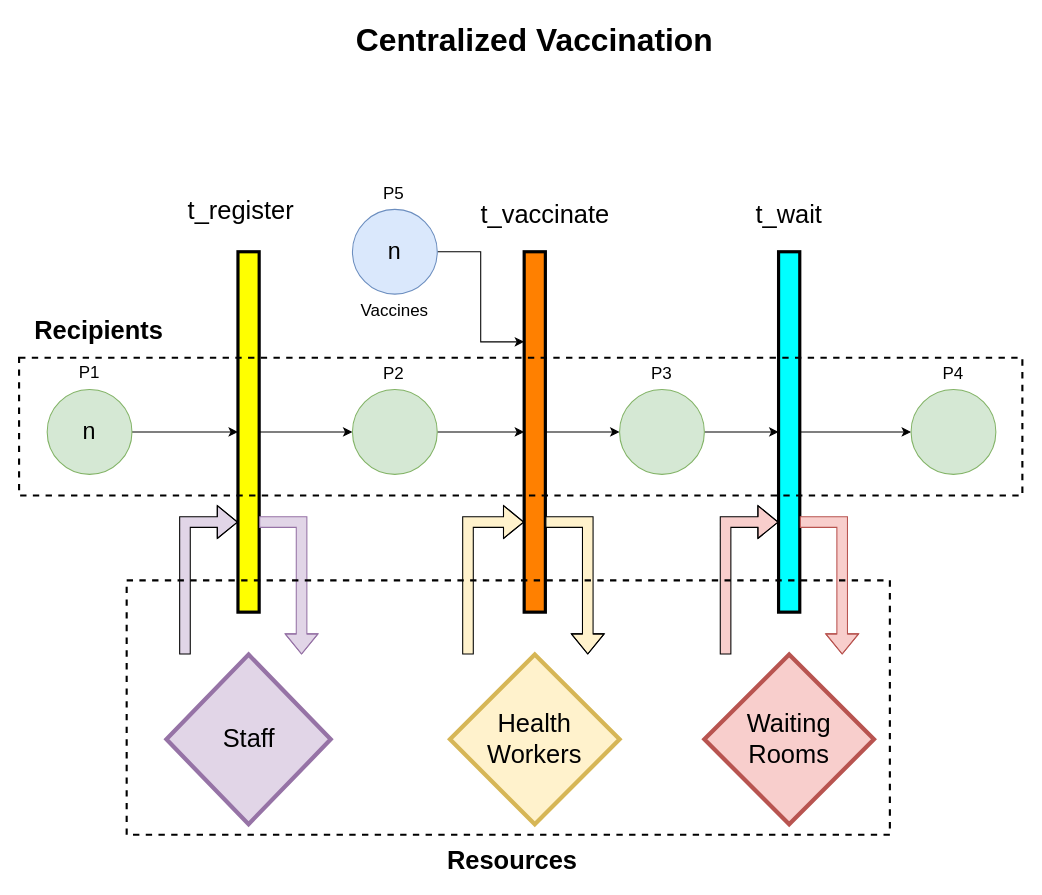
Above: Centralized Vaccination/Plots/Petri Net for centralized Vaccination.drawio in MohammedGuniem/Simulation-of-Mobile-Versus-Centralized-Vaccination-Programs-using-GenSIM (draw.io), before the change. Source tidied: cells renumbered, new cells numbered last; positions are measured from the earlier drawing's top-left corner, leaving out a move shared by most shapes. Both pictures are drawn from the tidied source at 106%, with x=0, y=0 at pixel (19, 18).
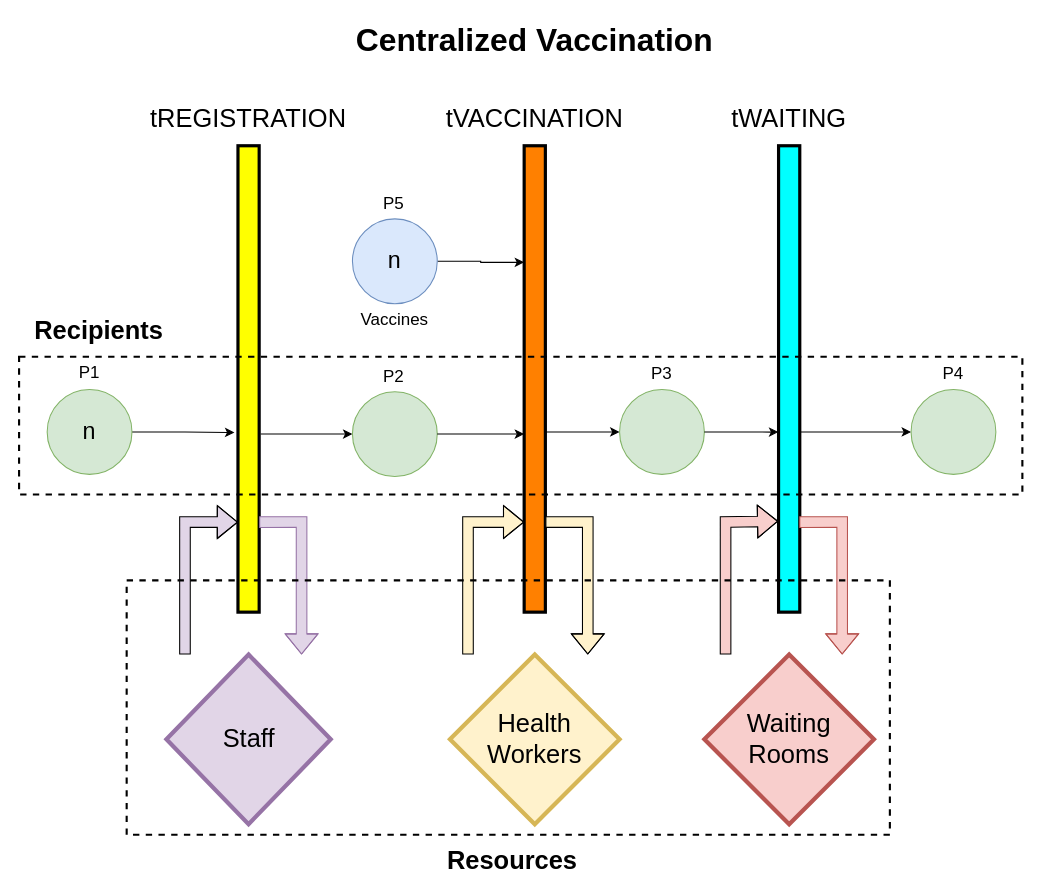
Above is the later version.

The change refers to these unchanged cells:
```xml
<mxCell id="3" value="n" style="ellipse;whiteSpace=wrap;html=1;fontSize=22;fillColor=#d5e8d4;strokeColor=#82b366;" parent="1" vertex="1">
  <mxGeometry x="26" y="350" width="80" height="80" as="geometry" />
</mxCell>
<mxCell id="13" style="ellipse;whiteSpace=wrap;html=1;fillColor=#d5e8d4;strokeColor=#82b366;" parent="1" vertex="1">
  <mxGeometry x="566" y="350" width="80" height="80" as="geometry" />
</mxCell>
<mxCell id="25" style="ellipse;whiteSpace=wrap;html=1;fillColor=#d5e8d4;strokeColor=#82b366;" parent="1" vertex="1">
  <mxGeometry x="841" y="350" width="80" height="80" as="geometry" />
</mxCell>
```

What changed in the source:
```diff
@@
-    <mxCell id="2" style="edgeStyle=orthogonalEdgeStyle;rounded=0;jettySize=auto;html=1;entryX=0;entryY=0.5;entryDx=0;entryDy=0;" parent="1" edge="1" source="3" target="5">
+    <mxCell id="2" style="edgeStyle=orthogonalEdgeStyle;rounded=0;jettySize=auto;html=1;entryX=-0.167;entryY=0.615;entryDx=0;entryDy=0;entryPerimeter=0;" parent="1" edge="1" source="3" target="5">
       <mxGeometry relative="1" as="geometry" />
     </mxCell>
@@
-    <mxCell id="4" style="edgeStyle=orthogonalEdgeStyle;rounded=0;jettySize=auto;html=1;entryX=0;entryY=0.5;entryDx=0;entryDy=0;exitX=1;exitY=0.5;exitDx=0;exitDy=0;" parent="1" edge="1" source="5" target="9">
+    <mxCell id="4" style="edgeStyle=orthogonalEdgeStyle;rounded=0;jettySize=auto;html=1;entryX=0;entryY=0.5;entryDx=0;entryDy=0;exitX=1.067;exitY=0.618;exitDx=0;exitDy=0;exitPerimeter=0;" parent="1" edge="1" source="5" target="9">
       <mxGeometry relative="1" as="geometry" />
     </mxCell>
     <mxCell id="5" style="rounded=0;whiteSpace=wrap;html=1;fillColor=#FFFF00;strokeColor=#000000;labelBorderColor=none;strokeWidth=3;" parent="1" vertex="1">
-      <mxGeometry x="206" y="220" width="20" height="340" as="geometry" />
+      <mxGeometry x="206" y="120" width="20" height="440" as="geometry" />
     </mxCell>
     <mxCell id="6" style="edgeStyle=orthogonalEdgeStyle;rounded=0;jettySize=auto;html=1;entryX=0;entryY=0.5;entryDx=0;entryDy=0;" parent="1" edge="1" source="7" target="13">
-      <mxGeometry relative="1" as="geometry" />
+      <mxGeometry relative="1" as="geometry">
+        <Array as="points">
+          <mxPoint x="506" y="390" />
+          <mxPoint x="506" y="390" />
+        </Array>
+      </mxGeometry>
     </mxCell>
     <mxCell id="7" style="rounded=0;whiteSpace=wrap;html=1;fillColor=#FF8000;strokeColor=#000000;strokeWidth=3;" parent="1" vertex="1">
-      <mxGeometry x="476" y="220" width="20" height="340" as="geometry" />
+      <mxGeometry x="476" y="120" width="20" height="440" as="geometry" />
     </mxCell>
-    <mxCell id="8" style="edgeStyle=orthogonalEdgeStyle;rounded=0;jettySize=auto;html=1;exitX=1;exitY=0.5;exitDx=0;exitDy=0;entryX=0;entryY=0.5;entryDx=0;entryDy=0;" parent="1" edge="1" source="9" target="7">
-      <mxGeometry relative="1" as="geometry" />
-    </mxCell>
     <mxCell id="9" style="ellipse;whiteSpace=wrap;html=1;fontSize=22;fillColor=#d5e8d4;strokeColor=#82b366;" parent="1" vertex="1">
-      <mxGeometry x="314" y="350" width="80" height="80" as="geometry" />
+      <mxGeometry x="314" y="352" width="80" height="80" as="geometry" />
     </mxCell>
@@
     <mxCell id="11" value="&lt;font style=&quot;font-size: 22px&quot;&gt;n&lt;/font&gt;" style="ellipse;whiteSpace=wrap;html=1;fillColor=#dae8fc;strokeColor=#6c8ebf;" parent="1" vertex="1">
-      <mxGeometry x="314" y="180" width="80" height="80" as="geometry" />
+      <mxGeometry x="314" y="189" width="80" height="80" as="geometry" />
     </mxCell>
-    <mxCell id="12" style="edgeStyle=orthogonalEdgeStyle;rounded=0;jettySize=auto;html=1;entryX=0;entryY=0.5;entryDx=0;entryDy=0;" parent="1" edge="1" source="13" target="15">
-      <mxGeometry relative="1" as="geometry" />
-    </mxCell>
@@
-    <mxCell id="14" style="edgeStyle=orthogonalEdgeStyle;rounded=0;jettySize=auto;html=1;exitX=1;exitY=0.5;exitDx=0;exitDy=0;entryX=0;entryY=0.5;entryDx=0;entryDy=0;fontSize=22;" parent="1" edge="1" source="15" target="25">
-      <mxGeometry relative="1" as="geometry" />
+    <mxCell id="14" style="edgeStyle=orthogonalEdgeStyle;rounded=0;jettySize=auto;html=1;entryX=0;entryY=0.5;entryDx=0;entryDy=0;fontSize=22;" parent="1" edge="1" source="15" target="25">
+      <mxGeometry relative="1" as="geometry">
+        <Array as="points">
+          <mxPoint x="776" y="390" />
+          <mxPoint x="776" y="390" />
+        </Array>
+      </mxGeometry>
     </mxCell>
     <mxCell id="15" style="rounded=0;whiteSpace=wrap;html=1;fillColor=#00FFFF;strokeColor=#000000;strokeWidth=3;" parent="1" vertex="1">
-      <mxGeometry x="716" y="220" width="20" height="340" as="geometry" />
+      <mxGeometry x="716" y="120" width="20" height="440" as="geometry" />
     </mxCell>
     <mxCell id="16" value="Vaccines" style="text;html=1;strokeColor=none;fillColor=none;align=center;verticalAlign=middle;whiteSpace=wrap;rounded=0;fontSize=16;" parent="1" vertex="1">
-      <mxGeometry x="294" y="260" width="120" height="30" as="geometry" />
+      <mxGeometry x="294" y="269" width="120" height="30" as="geometry" />
     </mxCell>
@@
     <mxCell id="18" value="P2" style="text;html=1;strokeColor=none;fillColor=none;align=center;verticalAlign=middle;whiteSpace=wrap;rounded=0;labelBorderColor=none;fontSize=16;" parent="1" vertex="1">
-      <mxGeometry x="338" y="320" width="30" height="30" as="geometry" />
+      <mxGeometry x="338" y="322" width="30" height="30" as="geometry" />
     </mxCell>
     <mxCell id="19" value="P5" style="text;html=1;strokeColor=none;fillColor=none;align=center;verticalAlign=middle;whiteSpace=wrap;rounded=0;labelBorderColor=none;fontSize=16;" parent="1" vertex="1">
-      <mxGeometry x="338" y="150" width="30" height="30" as="geometry" />
+      <mxGeometry x="338" y="159" width="30" height="30" as="geometry" />
     </mxCell>
@@
-    <mxCell id="21" value="t_register" style="text;html=1;strokeColor=none;fillColor=none;align=center;verticalAlign=middle;whiteSpace=wrap;rounded=0;labelBorderColor=none;fontSize=24;" parent="1" vertex="1">
-      <mxGeometry x="134" y="167" width="150" height="30" as="geometry" />
+    <mxCell id="21" value="tREGISTRATION" style="text;html=1;strokeColor=none;fillColor=none;align=center;verticalAlign=middle;whiteSpace=wrap;rounded=0;labelBorderColor=none;fontSize=24;" parent="1" vertex="1">
+      <mxGeometry x="107" y="80" width="218" height="30" as="geometry" />
     </mxCell>
-    <mxCell id="22" value="t_vaccinate" style="text;html=1;strokeColor=none;fillColor=none;align=center;verticalAlign=middle;whiteSpace=wrap;rounded=0;labelBorderColor=none;fontSize=24;" parent="1" vertex="1">
-      <mxGeometry x="426" y="170" width="140" height="30" as="geometry" />
+    <mxCell id="22" value="tVACCINATION" style="text;html=1;strokeColor=none;fillColor=none;align=center;verticalAlign=middle;whiteSpace=wrap;rounded=0;labelBorderColor=none;fontSize=24;" parent="1" vertex="1">
+      <mxGeometry x="386" y="80" width="200" height="30" as="geometry" />
     </mxCell>
-    <mxCell id="23" value="t_wait" style="text;html=1;strokeColor=none;fillColor=none;align=center;verticalAlign=middle;whiteSpace=wrap;rounded=0;labelBorderColor=none;fontSize=24;" parent="1" vertex="1">
-      <mxGeometry x="696" y="170" width="60" height="30" as="geometry" />
+    <mxCell id="23" value="tWAITING" style="text;html=1;strokeColor=none;fillColor=none;align=center;verticalAlign=middle;whiteSpace=wrap;rounded=0;labelBorderColor=none;fontSize=24;" parent="1" vertex="1">
+      <mxGeometry x="661" y="80" width="130" height="30" as="geometry" />
     </mxCell>
@@
-    <mxCell id="27" style="shape=flexArrow;endArrow=classic;html=1;rounded=0;strokeWidth=1;entryX=0;entryY=0.75;entryDx=0;entryDy=0;fillColor=#E1D5E7;strokeColor=#000000;" parent="1" edge="1" target="5">
+    <mxCell id="27" style="shape=flexArrow;endArrow=classic;html=1;rounded=0;strokeWidth=1;entryX=0;entryY=0.807;entryDx=0;entryDy=0;fillColor=#E1D5E7;strokeColor=#000000;entryPerimeter=0;" parent="1" edge="1" target="5">
       <mxGeometry relative="1" as="geometry">
         <mxPoint x="156" y="600" as="sourcePoint" />
         <Array as="points">
           <mxPoint x="156" y="475" />
         </Array>
       </mxGeometry>
     </mxCell>
-    <mxCell id="28" style="shape=flexArrow;endArrow=classic;html=1;rounded=0;strokeWidth=1;entryX=0;entryY=0.75;entryDx=0;entryDy=0;fillColor=#f8cecc;strokeColor=#000000;" parent="1" edge="1" target="15">
+    <mxCell id="28" style="shape=flexArrow;endArrow=classic;html=1;rounded=0;strokeWidth=1;entryX=-0.017;entryY=0.805;entryDx=0;entryDy=0;fillColor=#f8cecc;strokeColor=#000000;entryPerimeter=0;" parent="1" edge="1" target="15">
       <mxGeometry relative="1" as="geometry">
         <mxPoint x="666" y="600" as="sourcePoint" />
         <Array as="points">
           <mxPoint x="666" y="475" />
         </Array>
       </mxGeometry>
     </mxCell>
-    <mxCell id="29" style="shape=flexArrow;endArrow=classic;html=1;rounded=0;strokeWidth=1;entryX=0;entryY=0.75;entryDx=0;entryDy=0;fillColor=#FFF2CC;strokeColor=#000000;" parent="1" edge="1" target="7">
+    <mxCell id="29" style="shape=flexArrow;endArrow=classic;html=1;rounded=0;strokeWidth=1;fillColor=#FFF2CC;strokeColor=#000000;" parent="1" edge="1">
       <mxGeometry relative="1" as="geometry">
         <mxPoint x="423" y="600" as="sourcePoint" />
+        <mxPoint x="476" y="475" as="targetPoint" />
         <Array as="points">
           <mxPoint x="423" y="475" />
         </Array>
       </mxGeometry>
     </mxCell>
-    <mxCell id="30" style="shape=flexArrow;endArrow=classic;html=1;rounded=0;strokeColor=#9673a6;strokeWidth=1;fillColor=#e1d5e7;exitX=1;exitY=0.75;exitDx=0;exitDy=0;" parent="1" edge="1" source="5">
+    <mxCell id="30" style="shape=flexArrow;endArrow=classic;html=1;rounded=0;strokeColor=#9673a6;strokeWidth=1;fillColor=#e1d5e7;exitX=1;exitY=0.807;exitDx=0;exitDy=0;exitPerimeter=0;" parent="1" edge="1" source="5">
       <mxGeometry relative="1" as="geometry">
         <mxPoint x="266" y="600" as="targetPoint" />
         <Array as="points">
           <mxPoint x="266" y="475" />
         </Array>
       </mxGeometry>
     </mxCell>
-    <mxCell id="31" style="shape=flexArrow;endArrow=classic;html=1;rounded=0;strokeColor=#000000;strokeWidth=1;fillColor=#FFF2CC;exitX=1;exitY=0.75;exitDx=0;exitDy=0;" parent="1" edge="1" source="7">
+    <mxCell id="31" style="shape=flexArrow;endArrow=classic;html=1;rounded=0;strokeColor=#000000;strokeWidth=1;fillColor=#FFF2CC;" parent="1" edge="1">
       <mxGeometry relative="1" as="geometry">
+        <mxPoint x="496" y="475" as="sourcePoint" />
         <mxPoint x="536" y="600" as="targetPoint" />
         <Array as="points">
           <mxPoint x="536" y="475" />
         </Array>
       </mxGeometry>
     </mxCell>
-    <mxCell id="32" style="shape=flexArrow;endArrow=classic;html=1;rounded=0;strokeColor=#b85450;strokeWidth=1;fillColor=#f8cecc;exitX=1;exitY=0.75;exitDx=0;exitDy=0;" parent="1" edge="1" source="15">
+    <mxCell id="32" style="shape=flexArrow;endArrow=classic;html=1;rounded=0;strokeColor=#b85450;strokeWidth=1;fillColor=#f8cecc;exitX=0.976;exitY=0.807;exitDx=0;exitDy=0;exitPerimeter=0;" parent="1" edge="1" source="15">
       <mxGeometry relative="1" as="geometry">
         <mxPoint x="776" y="600" as="targetPoint" />
         <Array as="points">
           <mxPoint x="776" y="475" />
         </Array>
       </mxGeometry>
     </mxCell>
@@
     <mxCell id="38" style="rounded=0;whiteSpace=wrap;html=1;dashed=1;fontSize=24;strokeWidth=2;fillColor=none;" parent="1" vertex="1">
-      <mxGeometry x="-0.5" y="320" width="946.5" height="130" as="geometry" />
+      <mxGeometry x="-0.5" y="319" width="946.5" height="130" as="geometry" />
     </mxCell>
@@
+    <mxCell id="40" style="endArrow=classic;html=1;rounded=0;exitX=1;exitY=0.5;exitDx=0;exitDy=0;" parent="1" edge="1" source="9">
+      <mxGeometry relative="1" as="geometry">
+        <mxPoint x="476" y="392" as="targetPoint" />
+      </mxGeometry>
+    </mxCell>
+    <mxCell id="12" style="endArrow=classic;html=1;rounded=0;entryX=-0.01;entryY=0.614;entryDx=0;entryDy=0;entryPerimeter=0;exitX=1;exitY=0.5;exitDx=0;exitDy=0;" parent="1" edge="1" source="13" target="15">
+      <mxGeometry relative="1" as="geometry" />
+    </mxCell>
```
